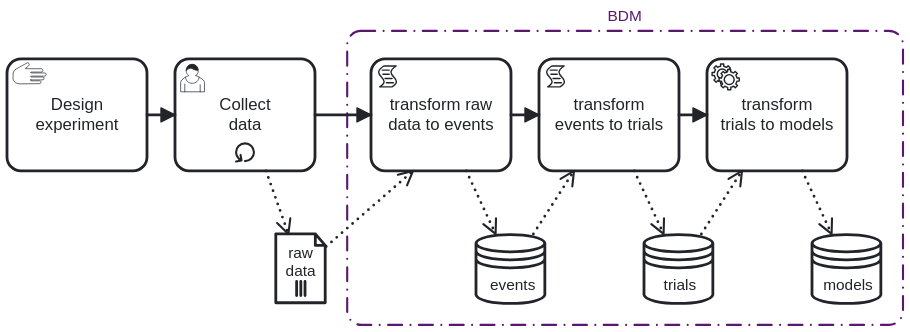
behaverse/data-model keeps this BPMN diagram as assets/bpmn/behavioral_experiments.svg. Above is the earlier version. Its source is kept beside it as assets/bpmn/behavioral_experiments.bpmn. Ids are renumbered.
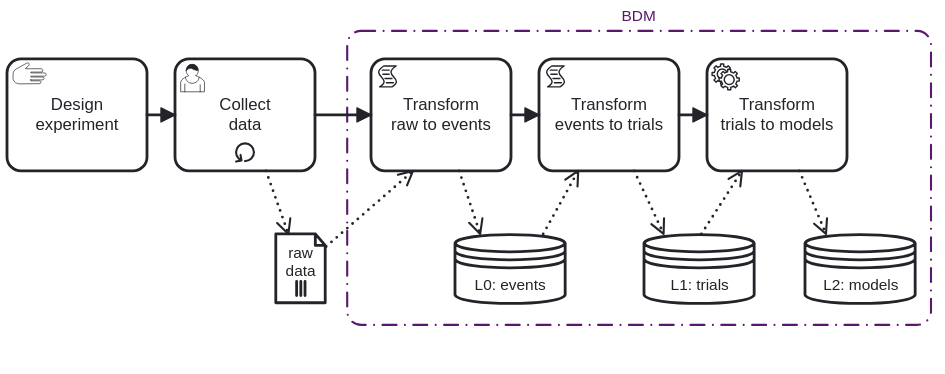
The same diagram one commit later.

What changed in the source:
```diff
@@ -3,14 +3,14 @@
     <bpmn:sequenceFlow id="Flow_n3" sourceRef="Activity_n4" targetRef="Activity_n5" />
     <bpmn:sequenceFlow id="Flow_n6" sourceRef="Activity_n5" targetRef="Activity_n7" />
     <bpmn:sequenceFlow id="Flow_n8" sourceRef="Activity_n7" targetRef="Activity_n9" />
-    <bpmn:dataStoreReference id="DataStoreReference_n10" name="trials" />
-    <bpmn:dataStoreReference id="DataStoreReference_n11" name="events" />
-    <bpmn:dataStoreReference id="DataStoreReference_n12" name="models" />
+    <bpmn:dataStoreReference id="DataStoreReference_n10" name="L1: trials" />
+    <bpmn:dataStoreReference id="DataStoreReference_n11" name="L0: events" />
+    <bpmn:dataStoreReference id="DataStoreReference_n12" name="L2: models" />
     <bpmn:sequenceFlow id="Flow_n13" sourceRef="Activity_n14" targetRef="Activity_n4" />
     <bpmn:manualTask id="Activity_n14" name="Design experiment">
       <bpmn:outgoing>Flow_n13</bpmn:outgoing>
     </bpmn:manualTask>
-    <bpmn:serviceTask id="Activity_n9" name="transform&#10;trials to models">
+    <bpmn:serviceTask id="Activity_n9" name="Transform&#10;trials to models">
       <bpmn:incoming>Flow_n8</bpmn:incoming>
       <bpmn:property id="Property_n15" name="__targetRef_placeholder" />
       <bpmn:dataInputAssociation id="DataInputAssociation_n16">
@@ -31,7 +31,7 @@
     </bpmn:userTask>
     <bpmn:dataObjectReference id="DataStoreReference_n19" name="raw&#10;data" dataObjectRef="DataObject_n20" />
     <bpmn:dataObject id="DataObject_n20" isCollection="true" />
-    <bpmn:scriptTask id="Activity_n5" name="transform raw data to events">
+    <bpmn:scriptTask id="Activity_n5" name="Transform&#10;raw to events">
       <bpmn:incoming>Flow_n3</bpmn:incoming>
       <bpmn:outgoing>Flow_n6</bpmn:outgoing>
       <bpmn:property id="Property_n21" name="__targetRef_placeholder" />
@@ -43,7 +43,7 @@
         <bpmn:targetRef>DataStoreReference_n11</bpmn:targetRef>
       </bpmn:dataOutputAssociation>
     </bpmn:scriptTask>
-    <bpmn:scriptTask id="Activity_n7" name="transform events to trials">
+    <bpmn:scriptTask id="Activity_n7" name="Transform events to trials">
       <bpmn:incoming>Flow_n6</bpmn:incoming>
       <bpmn:outgoing>Flow_n8</bpmn:outgoing>
       <bpmn:property id="Property_n24" name="__targetRef_placeholder" />
@@ -63,21 +63,9 @@
   <bpmndi:BPMNDiagram id="BPMNDiagram_1">
     <bpmndi:BPMNPlane id="BPMNPlane_1" bpmnElement="Process_n2">
       <bpmndi:BPMNShape id="DataStoreReference_n10_di" bpmnElement="DataStoreReference_n10">
-        <dc:Bounds x="615" y="235" width="50" height="50" />
+        <dc:Bounds x="615" y="235" width="80" height="50" />
         <bpmndi:BPMNLabel>
-          <dc:Bounds x="629" y="265" width="24" height="14" />
-        </bpmndi:BPMNLabel>
-      </bpmndi:BPMNShape>
-      <bpmndi:BPMNShape id="DataStoreReference_n11_di" bpmnElement="DataStoreReference_n11">
-        <dc:Bounds x="495" y="235" width="50" height="50" />
-        <bpmndi:BPMNLabel>
-          <dc:Bounds x="505" y="265" width="33" height="14" />
-        </bpmndi:BPMNLabel>
-      </bpmndi:BPMNShape>
-      <bpmndi:BPMNShape id="DataStoreReference_n12_di" bpmnElement="DataStoreReference_n12">
-        <dc:Bounds x="735" y="235" width="50" height="50" />
-        <bpmndi:BPMNLabel>
-          <dc:Bounds x="743" y="265" width="36" height="14" />
+          <dc:Bounds x="634" y="265" width="42" height="14" />
         </bpmndi:BPMNLabel>
       </bpmndi:BPMNShape>
       <bpmndi:BPMNShape id="Activity_0apaesp_di" bpmnElement="Activity_n14">
@@ -105,10 +93,22 @@
         <dc:Bounds x="540" y="110" width="100" height="80" />
         <bpmndi:BPMNLabel />
       </bpmndi:BPMNShape>
+      <bpmndi:BPMNShape id="DataStoreReference_n11_di" bpmnElement="DataStoreReference_n11">
+        <dc:Bounds x="480" y="235" width="80" height="50" />
+        <bpmndi:BPMNLabel>
+          <dc:Bounds x="494" y="265" width="51" height="14" />
+        </bpmndi:BPMNLabel>
+      </bpmndi:BPMNShape>
+      <bpmndi:BPMNShape id="DataStoreReference_n12_di" bpmnElement="DataStoreReference_n12">
+        <dc:Bounds x="730" y="235" width="80" height="50" />
+        <bpmndi:BPMNLabel>
+          <dc:Bounds x="743" y="265" width="54" height="14" />
+        </bpmndi:BPMNLabel>
+      </bpmndi:BPMNShape>
       <bpmndi:BPMNShape id="Group_n27_di" bpmnElement="Group_n27" bioc:stroke="#5b176d" bioc:fill="#e1bee7" color:background-color="#e1bee7" color:border-color="#5b176d">
-        <dc:Bounds x="403" y="90" width="397" height="210" />
+        <dc:Bounds x="403" y="90" width="417" height="210" />
         <bpmndi:BPMNLabel color:color="#5b176d">
-          <dc:Bounds x="589" y="73" width="25" height="14" />
+          <dc:Bounds x="599" y="73" width="25" height="14" />
         </bpmndi:BPMNLabel>
       </bpmndi:BPMNShape>
       <bpmndi:BPMNEdge id="Flow_n3_di" bpmnElement="Flow_n3">
@@ -132,8 +132,8 @@
         <di:waypoint x="685" y="190" />
       </bpmndi:BPMNEdge>
       <bpmndi:BPMNEdge id="DataOutputAssociation_n17_di" bpmnElement="DataOutputAssociation_n17">
-        <di:waypoint x="728" y="190" />
-        <di:waypoint x="749" y="235" />
+        <di:waypoint x="726" y="190" />
+        <di:waypoint x="745" y="235" />
       </bpmndi:BPMNEdge>
       <bpmndi:BPMNEdge id="DataOutputAssociation_n18_di" bpmnElement="DataOutputAssociation_n18">
         <di:waypoint x="345" y="190" />
@@ -144,12 +144,12 @@
         <di:waypoint x="450" y="190" />
       </bpmndi:BPMNEdge>
       <bpmndi:BPMNEdge id="DataOutputAssociation_n23_di" bpmnElement="DataOutputAssociation_n23">
-        <di:waypoint x="488" y="190" />
-        <di:waypoint x="509" y="235" />
+        <di:waypoint x="483" y="190" />
+        <di:waypoint x="498" y="235" />
       </bpmndi:BPMNEdge>
       <bpmndi:BPMNEdge id="DataInputAssociation_n25_di" bpmnElement="DataInputAssociation_n25">
-        <di:waypoint x="536" y="235" />
-        <di:waypoint x="565" y="190" />
+        <di:waypoint x="543" y="235" />
+        <di:waypoint x="568" y="190" />
       </bpmndi:BPMNEdge>
       <bpmndi:BPMNEdge id="DataOutputAssociation_n26_di" bpmnElement="DataOutputAssociation_n26">
         <di:waypoint x="608" y="190" />
```
